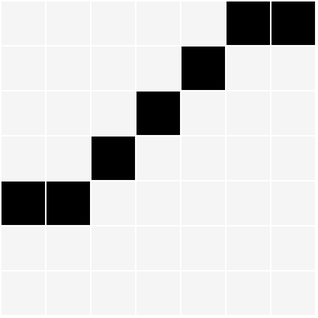
axiomofchoice-hjt/Axiomofchoice-hjt.github.io keeps this draw.io diagram as img/62c303-L11.drawio.png. Above is the earlier version. Source tidied: cells renumbered, new cells last; positions are measured from the earlier drawing's top-left corner, leaving out a move shared by most shapes.
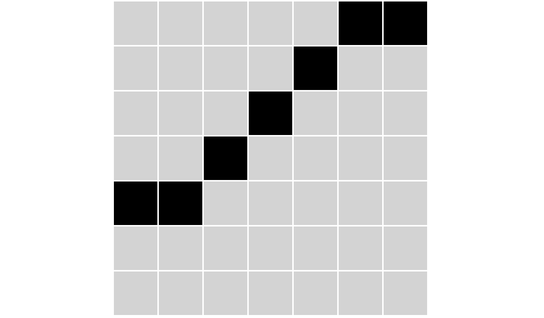
Above is the later version.

Change to the diagram source:
```diff
@@ -2,88 +2,94 @@
   <root>
     <mxCell id="0" />
     <mxCell id="1" parent="0" />
+    <mxCell id="60" style="endArrow=none;dashed=1;html=1;strokeColor=#FFFFFF;" parent="1" edge="1">
+      <mxGeometry relative="1" as="geometry">
+        <mxPoint x="-75" as="sourcePoint" />
+        <mxPoint x="285" as="targetPoint" />
+      </mxGeometry>
+    </mxCell>
-    <mxCell id="2" style="rounded=0;whiteSpace=wrap;html=1;fillColor=#f5f5f5;fontColor=#333333;strokeColor=#ffffff;" parent="1" vertex="1">
+    <mxCell id="2" style="rounded=0;whiteSpace=wrap;html=1;fillColor=#d3d3d3;fontColor=#333333;strokeColor=#ffffff;" parent="1" vertex="1">
       <mxGeometry width="30" height="30" as="geometry" />
     </mxCell>
-    <mxCell id="3" style="rounded=0;whiteSpace=wrap;html=1;fillColor=#f5f5f5;fontColor=#333333;strokeColor=#ffffff;" parent="1" vertex="1">
+    <mxCell id="3" style="rounded=0;whiteSpace=wrap;html=1;fillColor=#d3d3d3;fontColor=#333333;strokeColor=#ffffff;" parent="1" vertex="1">
       <mxGeometry x="30" width="30" height="30" as="geometry" />
     </mxCell>
-    <mxCell id="4" style="rounded=0;whiteSpace=wrap;html=1;fillColor=#f5f5f5;fontColor=#333333;strokeColor=#ffffff;" parent="1" vertex="1">
+    <mxCell id="4" style="rounded=0;whiteSpace=wrap;html=1;fillColor=#d3d3d3;fontColor=#333333;strokeColor=#ffffff;" parent="1" vertex="1">
       <mxGeometry x="60" width="30" height="30" as="geometry" />
     </mxCell>
-    <mxCell id="5" style="rounded=0;whiteSpace=wrap;html=1;fillColor=#f5f5f5;fontColor=#333333;strokeColor=#ffffff;" parent="1" vertex="1">
+    <mxCell id="5" style="rounded=0;whiteSpace=wrap;html=1;fillColor=#d3d3d3;fontColor=#333333;strokeColor=#ffffff;" parent="1" vertex="1">
       <mxGeometry x="90" width="30" height="30" as="geometry" />
     </mxCell>
-    <mxCell id="6" style="rounded=0;whiteSpace=wrap;html=1;fillColor=#f5f5f5;fontColor=#333333;strokeColor=#ffffff;" parent="1" vertex="1">
+    <mxCell id="6" style="rounded=0;whiteSpace=wrap;html=1;fillColor=#d3d3d3;fontColor=#333333;strokeColor=#ffffff;" parent="1" vertex="1">
       <mxGeometry x="120" width="30" height="30" as="geometry" />
     </mxCell>
-    <mxCell id="7" style="rounded=0;whiteSpace=wrap;html=1;fillColor=#f5f5f5;fontColor=#333333;strokeColor=#ffffff;" parent="1" vertex="1">
+    <mxCell id="7" style="rounded=0;whiteSpace=wrap;html=1;fillColor=#d3d3d3;fontColor=#333333;strokeColor=#ffffff;" parent="1" vertex="1">
       <mxGeometry y="30" width="30" height="30" as="geometry" />
     </mxCell>
-    <mxCell id="8" style="rounded=0;whiteSpace=wrap;html=1;fillColor=#f5f5f5;fontColor=#333333;strokeColor=#ffffff;" parent="1" vertex="1">
+    <mxCell id="8" style="rounded=0;whiteSpace=wrap;html=1;fillColor=#d3d3d3;fontColor=#333333;strokeColor=#ffffff;" parent="1" vertex="1">
       <mxGeometry x="30" y="30" width="30" height="30" as="geometry" />
     </mxCell>
-    <mxCell id="9" style="rounded=0;whiteSpace=wrap;html=1;fillColor=#f5f5f5;fontColor=#333333;strokeColor=#ffffff;" parent="1" vertex="1">
+    <mxCell id="9" style="rounded=0;whiteSpace=wrap;html=1;fillColor=#d3d3d3;fontColor=#333333;strokeColor=#ffffff;" parent="1" vertex="1">
       <mxGeometry x="60" y="30" width="30" height="30" as="geometry" />
     </mxCell>
-    <mxCell id="10" style="rounded=0;whiteSpace=wrap;html=1;fillColor=#f5f5f5;fontColor=#333333;strokeColor=#ffffff;" parent="1" vertex="1">
+    <mxCell id="10" style="rounded=0;whiteSpace=wrap;html=1;fillColor=#d3d3d3;fontColor=#333333;strokeColor=#ffffff;" parent="1" vertex="1">
       <mxGeometry x="90" y="30" width="30" height="30" as="geometry" />
     </mxCell>
-    <mxCell id="11" style="rounded=0;whiteSpace=wrap;html=1;fillColor=#f5f5f5;fontColor=#333333;strokeColor=#ffffff;" parent="1" vertex="1">
+    <mxCell id="11" style="rounded=0;whiteSpace=wrap;html=1;fillColor=#d3d3d3;fontColor=#333333;strokeColor=#ffffff;" parent="1" vertex="1">
       <mxGeometry x="120" y="30" width="30" height="30" as="geometry" />
     </mxCell>
-    <mxCell id="12" style="rounded=0;whiteSpace=wrap;html=1;fillColor=#f5f5f5;fontColor=#333333;strokeColor=#ffffff;" parent="1" vertex="1">
+    <mxCell id="12" style="rounded=0;whiteSpace=wrap;html=1;fillColor=#d3d3d3;fontColor=#333333;strokeColor=#ffffff;" parent="1" vertex="1">
       <mxGeometry y="60" width="30" height="30" as="geometry" />
     </mxCell>
-    <mxCell id="13" style="rounded=0;whiteSpace=wrap;html=1;fillColor=#f5f5f5;fontColor=#333333;strokeColor=#ffffff;" parent="1" vertex="1">
+    <mxCell id="13" style="rounded=0;whiteSpace=wrap;html=1;fillColor=#d3d3d3;fontColor=#333333;strokeColor=#ffffff;" parent="1" vertex="1">
       <mxGeometry x="30" y="60" width="30" height="30" as="geometry" />
     </mxCell>
-    <mxCell id="14" style="rounded=0;whiteSpace=wrap;html=1;fillColor=#f5f5f5;fontColor=#333333;strokeColor=#ffffff;" parent="1" vertex="1">
+    <mxCell id="14" style="rounded=0;whiteSpace=wrap;html=1;fillColor=#d3d3d3;fontColor=#333333;strokeColor=#ffffff;" parent="1" vertex="1">
       <mxGeometry x="60" y="60" width="30" height="30" as="geometry" />
     </mxCell>
-    <mxCell id="15" style="rounded=0;whiteSpace=wrap;html=1;fillColor=#f5f5f5;fontColor=#333333;strokeColor=#ffffff;" parent="1" vertex="1">
+    <mxCell id="15" style="rounded=0;whiteSpace=wrap;html=1;fillColor=#d3d3d3;fontColor=#333333;strokeColor=#ffffff;" parent="1" vertex="1">
       <mxGeometry x="90" y="60" width="30" height="30" as="geometry" />
     </mxCell>
-    <mxCell id="16" style="rounded=0;whiteSpace=wrap;html=1;fillColor=#f5f5f5;fontColor=#333333;strokeColor=#ffffff;" parent="1" vertex="1">
+    <mxCell id="16" style="rounded=0;whiteSpace=wrap;html=1;fillColor=#d3d3d3;fontColor=#333333;strokeColor=#ffffff;" parent="1" vertex="1">
       <mxGeometry x="120" y="60" width="30" height="30" as="geometry" />
     </mxCell>
-    <mxCell id="17" style="rounded=0;whiteSpace=wrap;html=1;fillColor=#f5f5f5;fontColor=#333333;strokeColor=#ffffff;" parent="1" vertex="1">
+    <mxCell id="17" style="rounded=0;whiteSpace=wrap;html=1;fillColor=#d3d3d3;fontColor=#333333;strokeColor=#ffffff;" parent="1" vertex="1">
       <mxGeometry y="90" width="30" height="30" as="geometry" />
     </mxCell>
-    <mxCell id="18" style="rounded=0;whiteSpace=wrap;html=1;fillColor=#f5f5f5;fontColor=#333333;strokeColor=#ffffff;" parent="1" vertex="1">
+    <mxCell id="18" style="rounded=0;whiteSpace=wrap;html=1;fillColor=#d3d3d3;fontColor=#333333;strokeColor=#ffffff;" parent="1" vertex="1">
       <mxGeometry x="30" y="90" width="30" height="30" as="geometry" />
     </mxCell>
-    <mxCell id="19" style="rounded=0;whiteSpace=wrap;html=1;strokeColor=#ffffff;" parent="1" vertex="1">
+    <mxCell id="19" style="rounded=0;whiteSpace=wrap;html=1;strokeColor=#ffffff;fillColor=#000000;" parent="1" vertex="1">
       <mxGeometry x="60" y="90" width="30" height="30" as="geometry" />
     </mxCell>
-    <mxCell id="20" style="rounded=0;whiteSpace=wrap;html=1;fillColor=#f5f5f5;fontColor=#333333;strokeColor=#ffffff;" parent="1" vertex="1">
+    <mxCell id="20" style="rounded=0;whiteSpace=wrap;html=1;fillColor=#d3d3d3;fontColor=#333333;strokeColor=#ffffff;" parent="1" vertex="1">
       <mxGeometry x="90" y="90" width="30" height="30" as="geometry" />
     </mxCell>
-    <mxCell id="21" style="rounded=0;whiteSpace=wrap;html=1;fillColor=#f5f5f5;fontColor=#333333;strokeColor=#ffffff;" parent="1" vertex="1">
+    <mxCell id="21" style="rounded=0;whiteSpace=wrap;html=1;fillColor=#d3d3d3;fontColor=#333333;strokeColor=#ffffff;" parent="1" vertex="1">
       <mxGeometry x="120" y="90" width="30" height="30" as="geometry" />
     </mxCell>
-    <mxCell id="22" style="rounded=0;whiteSpace=wrap;html=1;fillColor=#f5f5f5;fontColor=#333333;strokeColor=#ffffff;" parent="1" vertex="1">
+    <mxCell id="22" style="rounded=0;whiteSpace=wrap;html=1;fillColor=#d3d3d3;fontColor=#333333;strokeColor=#ffffff;" parent="1" vertex="1">
       <mxGeometry x="150" width="30" height="30" as="geometry" />
     </mxCell>
-    <mxCell id="23" style="rounded=0;whiteSpace=wrap;html=1;fillColor=#f5f5f5;fontColor=#333333;strokeColor=#ffffff;" parent="1" vertex="1">
+    <mxCell id="23" style="rounded=0;whiteSpace=wrap;html=1;fillColor=#d3d3d3;fontColor=#333333;strokeColor=#ffffff;" parent="1" vertex="1">
       <mxGeometry x="180" width="30" height="30" as="geometry" />
     </mxCell>
-    <mxCell id="24" style="rounded=0;whiteSpace=wrap;html=1;fillColor=#f5f5f5;fontColor=#333333;strokeColor=#ffffff;" parent="1" vertex="1">
+    <mxCell id="24" style="rounded=0;whiteSpace=wrap;html=1;fillColor=#d3d3d3;fontColor=#333333;strokeColor=#ffffff;" parent="1" vertex="1">
       <mxGeometry x="150" y="30" width="30" height="30" as="geometry" />
     </mxCell>
-    <mxCell id="25" style="rounded=0;whiteSpace=wrap;html=1;fillColor=#f5f5f5;fontColor=#333333;strokeColor=#ffffff;" parent="1" vertex="1">
+    <mxCell id="25" style="rounded=0;whiteSpace=wrap;html=1;fillColor=#d3d3d3;fontColor=#333333;strokeColor=#ffffff;" parent="1" vertex="1">
       <mxGeometry x="180" y="30" width="30" height="30" as="geometry" />
     </mxCell>
-    <mxCell id="26" style="rounded=0;whiteSpace=wrap;html=1;fillColor=#f5f5f5;fontColor=#333333;strokeColor=#ffffff;" parent="1" vertex="1">
+    <mxCell id="26" style="rounded=0;whiteSpace=wrap;html=1;fillColor=#d3d3d3;fontColor=#333333;strokeColor=#ffffff;" parent="1" vertex="1">
       <mxGeometry x="150" y="60" width="30" height="30" as="geometry" />
     </mxCell>
-    <mxCell id="27" style="rounded=0;whiteSpace=wrap;html=1;fillColor=#f5f5f5;fontColor=#333333;strokeColor=#ffffff;" parent="1" vertex="1">
+    <mxCell id="27" style="rounded=0;whiteSpace=wrap;html=1;fillColor=#d3d3d3;fontColor=#333333;strokeColor=#ffffff;" parent="1" vertex="1">
       <mxGeometry x="180" y="60" width="30" height="30" as="geometry" />
     </mxCell>
-    <mxCell id="28" style="rounded=0;whiteSpace=wrap;html=1;fillColor=#f5f5f5;fontColor=#333333;strokeColor=#ffffff;" parent="1" vertex="1">
+    <mxCell id="28" style="rounded=0;whiteSpace=wrap;html=1;fillColor=#d3d3d3;fontColor=#333333;strokeColor=#ffffff;" parent="1" vertex="1">
       <mxGeometry x="150" y="90" width="30" height="30" as="geometry" />
     </mxCell>
-    <mxCell id="29" style="rounded=0;whiteSpace=wrap;html=1;fillColor=#f5f5f5;fontColor=#333333;strokeColor=#ffffff;" parent="1" vertex="1">
+    <mxCell id="29" style="rounded=0;whiteSpace=wrap;html=1;fillColor=#d3d3d3;fontColor=#333333;strokeColor=#ffffff;" parent="1" vertex="1">
       <mxGeometry x="180" y="90" width="30" height="30" as="geometry" />
     </mxCell>
     <mxCell id="30" style="rounded=0;whiteSpace=wrap;html=1;strokeColor=#ffffff;fillColor=#000000;" parent="1" vertex="1">
@@ -92,89 +98,74 @@
     <mxCell id="31" style="rounded=0;whiteSpace=wrap;html=1;strokeColor=#ffffff;fillColor=#000000;" parent="1" vertex="1">
       <mxGeometry x="30" y="120" width="30" height="30" as="geometry" />
     </mxCell>
-    <mxCell id="32" style="rounded=0;whiteSpace=wrap;html=1;fillColor=#f5f5f5;fontColor=#333333;strokeColor=#ffffff;" parent="1" vertex="1">
+    <mxCell id="32" style="rounded=0;whiteSpace=wrap;html=1;fillColor=#d3d3d3;fontColor=#333333;strokeColor=#ffffff;" parent="1" vertex="1">
       <mxGeometry x="60" y="120" width="30" height="30" as="geometry" />
     </mxCell>
-    <mxCell id="33" style="rounded=0;whiteSpace=wrap;html=1;fillColor=#f5f5f5;fontColor=#333333;strokeColor=#ffffff;" parent="1" vertex="1">
+    <mxCell id="33" style="rounded=0;whiteSpace=wrap;html=1;fillColor=#d3d3d3;fontColor=#333333;strokeColor=#ffffff;" parent="1" vertex="1">
       <mxGeometry x="90" y="120" width="30" height="30" as="geometry" />
     </mxCell>
-    <mxCell id="34" style="rounded=0;whiteSpace=wrap;html=1;fillColor=#f5f5f5;fontColor=#333333;strokeColor=#ffffff;" parent="1" vertex="1">
+    <mxCell id="34" style="rounded=0;whiteSpace=wrap;html=1;fillColor=#d3d3d3;fontColor=#333333;strokeColor=#ffffff;" parent="1" vertex="1">
       <mxGeometry x="120" y="120" width="30" height="30" as="geometry" />
     </mxCell>
-    <mxCell id="35" style="rounded=0;whiteSpace=wrap;html=1;fillColor=#f5f5f5;fontColor=#333333;strokeColor=#ffffff;" parent="1" vertex="1">
+    <mxCell id="35" style="rounded=0;whiteSpace=wrap;html=1;fillColor=#d3d3d3;fontColor=#333333;strokeColor=#ffffff;" parent="1" vertex="1">
       <mxGeometry y="150" width="30" height="30" as="geometry" />
     </mxCell>
-    <mxCell id="36" style="rounded=0;whiteSpace=wrap;html=1;fillColor=#f5f5f5;fontColor=#333333;strokeColor=#ffffff;" parent="1" vertex="1">
+    <mxCell id="36" style="rounded=0;whiteSpace=wrap;html=1;fillColor=#d3d3d3;fontColor=#333333;strokeColor=#ffffff;" parent="1" vertex="1">
       <mxGeometry x="30" y="150" width="30" height="30" as="geometry" />
     </mxCell>
-    <mxCell id="37" style="rounded=0;whiteSpace=wrap;html=1;fillColor=#f5f5f5;fontColor=#333333;strokeColor=#ffffff;" parent="1" vertex="1">
+    <mxCell id="37" style="rounded=0;whiteSpace=wrap;html=1;fillColor=#d3d3d3;fontColor=#333333;strokeColor=#ffffff;" parent="1" vertex="1">
       <mxGeometry x="60" y="150" width="30" height="30" as="geometry" />
     </mxCell>
-    <mxCell id="38" style="rounded=0;whiteSpace=wrap;html=1;fillColor=#f5f5f5;fontColor=#333333;strokeColor=#ffffff;" parent="1" vertex="1">
+    <mxCell id="38" style="rounded=0;whiteSpace=wrap;html=1;fillColor=#d3d3d3;fontColor=#333333;strokeColor=#ffffff;" parent="1" vertex="1">
       <mxGeometry x="90" y="150" width="30" height="30" as="geometry" />
     </mxCell>
-    <mxCell id="39" style="rounded=0;whiteSpace=wrap;html=1;fillColor=#f5f5f5;fontColor=#333333;strokeColor=#ffffff;" parent="1" vertex="1">
+    <mxCell id="39" style="rounded=0;whiteSpace=wrap;html=1;fillColor=#d3d3d3;fontColor=#333333;strokeColor=#ffffff;" parent="1" vertex="1">
       <mxGeometry x="120" y="150" width="30" height="30" as="geometry" />
     </mxCell>
-    <mxCell id="40" style="rounded=0;whiteSpace=wrap;html=1;fillColor=#f5f5f5;fontColor=#333333;strokeColor=#ffffff;" parent="1" vertex="1">
+    <mxCell id="40" style="rounded=0;whiteSpace=wrap;html=1;fillColor=#d3d3d3;fontColor=#333333;strokeColor=#ffffff;" parent="1" vertex="1">
       <mxGeometry y="180" width="30" height="30" as="geometry" />
     </mxCell>
-    <mxCell id="41" style="rounded=0;whiteSpace=wrap;html=1;fillColor=#f5f5f5;fontColor=#333333;strokeColor=#ffffff;" parent="1" vertex="1">
+    <mxCell id="41" style="rounded=0;whiteSpace=wrap;html=1;fillColor=#d3d3d3;fontColor=#333333;strokeColor=#ffffff;" parent="1" vertex="1">
       <mxGeometry x="30" y="180" width="30" height="30" as="geometry" />
     </mxCell>
-    <mxCell id="42" style="rounded=0;whiteSpace=wrap;html=1;fillColor=#f5f5f5;fontColor=#333333;strokeColor=#ffffff;" parent="1" vertex="1">
+    <mxCell id="42" style="rounded=0;whiteSpace=wrap;html=1;fillColor=#d3d3d3;fontColor=#333333;strokeColor=#ffffff;" parent="1" vertex="1">
       <mxGeometry x="60" y="180" width="30" height="30" as="geometry" />
     </mxCell>
-    <mxCell id="43" style="rounded=0;whiteSpace=wrap;html=1;fillColor=#f5f5f5;fontColor=#333333;strokeColor=#ffffff;" parent="1" vertex="1">
+    <mxCell id="43" style="rounded=0;whiteSpace=wrap;html=1;fillColor=#d3d3d3;fontColor=#333333;strokeColor=#ffffff;" parent="1" vertex="1">
       <mxGeometry x="90" y="180" width="30" height="30" as="geometry" />
     </mxCell>
-    <mxCell id="44" style="rounded=0;whiteSpace=wrap;html=1;fillColor=#f5f5f5;fontColor=#333333;strokeColor=#ffffff;" parent="1" vertex="1">
+    <mxCell id="44" style="rounded=0;whiteSpace=wrap;html=1;fillColor=#d3d3d3;fontColor=#333333;strokeColor=#ffffff;" parent="1" vertex="1">
       <mxGeometry x="120" y="180" width="30" height="30" as="geometry" />
     </mxCell>
-    <mxCell id="45" style="rounded=0;whiteSpace=wrap;html=1;fillColor=#f5f5f5;fontColor=#333333;strokeColor=#ffffff;" parent="1" vertex="1">
+    <mxCell id="45" style="rounded=0;whiteSpace=wrap;html=1;fillColor=#d3d3d3;fontColor=#333333;strokeColor=#ffffff;" parent="1" vertex="1">
       <mxGeometry x="150" y="120" width="30" height="30" as="geometry" />
     </mxCell>
-    <mxCell id="46" style="rounded=0;whiteSpace=wrap;html=1;fillColor=#f5f5f5;fontColor=#333333;strokeColor=#ffffff;" parent="1" vertex="1">
+    <mxCell id="46" style="rounded=0;whiteSpace=wrap;html=1;fillColor=#d3d3d3;fontColor=#333333;strokeColor=#ffffff;" parent="1" vertex="1">
       <mxGeometry x="180" y="120" width="30" height="30" as="geometry" />
     </mxCell>
-    <mxCell id="47" style="rounded=0;whiteSpace=wrap;html=1;fillColor=#f5f5f5;fontColor=#333333;strokeColor=#ffffff;" parent="1" vertex="1">
+    <mxCell id="47" style="rounded=0;whiteSpace=wrap;html=1;fillColor=#d3d3d3;fontColor=#333333;strokeColor=#ffffff;" parent="1" vertex="1">
       <mxGeometry x="150" y="150" width="30" height="30" as="geometry" />
     </mxCell>
-    <mxCell id="48" style="rounded=0;whiteSpace=wrap;html=1;fillColor=#f5f5f5;fontColor=#333333;strokeColor=#ffffff;" parent="1" vertex="1">
+    <mxCell id="48" style="rounded=0;whiteSpace=wrap;html=1;fillColor=#d3d3d3;fontColor=#333333;strokeColor=#ffffff;" parent="1" vertex="1">
       <mxGeometry x="180" y="150" width="30" height="30" as="geometry" />
     </mxCell>
-    <mxCell id="49" style="rounded=0;whiteSpace=wrap;html=1;fillColor=#f5f5f5;fontColor=#333333;strokeColor=#ffffff;" parent="1" vertex="1">
+    <mxCell id="49" style="rounded=0;whiteSpace=wrap;html=1;fillColor=#d3d3d3;fontColor=#333333;strokeColor=#ffffff;" parent="1" vertex="1">
       <mxGeometry x="150" y="180" width="30" height="30" as="geometry" />
     </mxCell>
-    <mxCell id="50" style="rounded=0;whiteSpace=wrap;html=1;fillColor=#f5f5f5;fontColor=#333333;strokeColor=#ffffff;" parent="1" vertex="1">
+    <mxCell id="50" style="rounded=0;whiteSpace=wrap;html=1;fillColor=#d3d3d3;fontColor=#333333;strokeColor=#ffffff;" parent="1" vertex="1">
       <mxGeometry x="180" y="180" width="30" height="30" as="geometry" />
     </mxCell>
-    <mxCell id="51" style="rounded=0;whiteSpace=wrap;html=1;strokeColor=#ffffff;" parent="1" vertex="1">
+    <mxCell id="51" style="rounded=0;whiteSpace=wrap;html=1;strokeColor=#ffffff;fillColor=#000000;" parent="1" vertex="1">
       <mxGeometry x="180" width="30" height="30" as="geometry" />
     </mxCell>
-    <mxCell id="52" style="rounded=0;whiteSpace=wrap;html=1;strokeColor=#ffffff;" parent="1" vertex="1">
+    <mxCell id="52" style="rounded=0;whiteSpace=wrap;html=1;strokeColor=#ffffff;fillColor=#000000;" parent="1" vertex="1">
       <mxGeometry x="150" width="30" height="30" as="geometry" />
     </mxCell>
-    <mxCell id="53" style="rounded=0;whiteSpace=wrap;html=1;strokeColor=#ffffff;" parent="1" vertex="1">
+    <mxCell id="53" style="rounded=0;whiteSpace=wrap;html=1;strokeColor=#ffffff;fillColor=#000000;" parent="1" vertex="1">
       <mxGeometry x="120" y="30" width="30" height="30" as="geometry" />
     </mxCell>
-    <mxCell id="54" style="rounded=0;whiteSpace=wrap;html=1;strokeColor=#ffffff;" parent="1" vertex="1">
+    <mxCell id="54" style="rounded=0;whiteSpace=wrap;html=1;strokeColor=#ffffff;fillColor=#000000;" parent="1" vertex="1">
       <mxGeometry x="90" y="60" width="30" height="30" as="geometry" />
     </mxCell>
-    <mxCell id="55" style="rounded=0;whiteSpace=wrap;html=1;strokeColor=#ffffff;fillColor=#000000;" parent="1" vertex="1">
-      <mxGeometry x="180" width="30" height="30" as="geometry" />
-    </mxCell>
-    <mxCell id="56" style="rounded=0;whiteSpace=wrap;html=1;strokeColor=#ffffff;fillColor=#000000;" parent="1" vertex="1">
-      <mxGeometry x="150" width="30" height="30" as="geometry" />
-    </mxCell>
-    <mxCell id="57" style="rounded=0;whiteSpace=wrap;html=1;strokeColor=#ffffff;fillColor=#000000;" parent="1" vertex="1">
-      <mxGeometry x="120" y="30" width="30" height="30" as="geometry" />
-    </mxCell>
-    <mxCell id="58" style="rounded=0;whiteSpace=wrap;html=1;strokeColor=#ffffff;fillColor=#000000;" parent="1" vertex="1">
-      <mxGeometry x="90" y="60" width="30" height="30" as="geometry" />
-    </mxCell>
-    <mxCell id="59" style="rounded=0;whiteSpace=wrap;html=1;strokeColor=#ffffff;fillColor=#000000;" parent="1" vertex="1">
-      <mxGeometry x="60" y="90" width="30" height="30" as="geometry" />
-    </mxCell>
   </root>
 </mxGraphModel>
```
